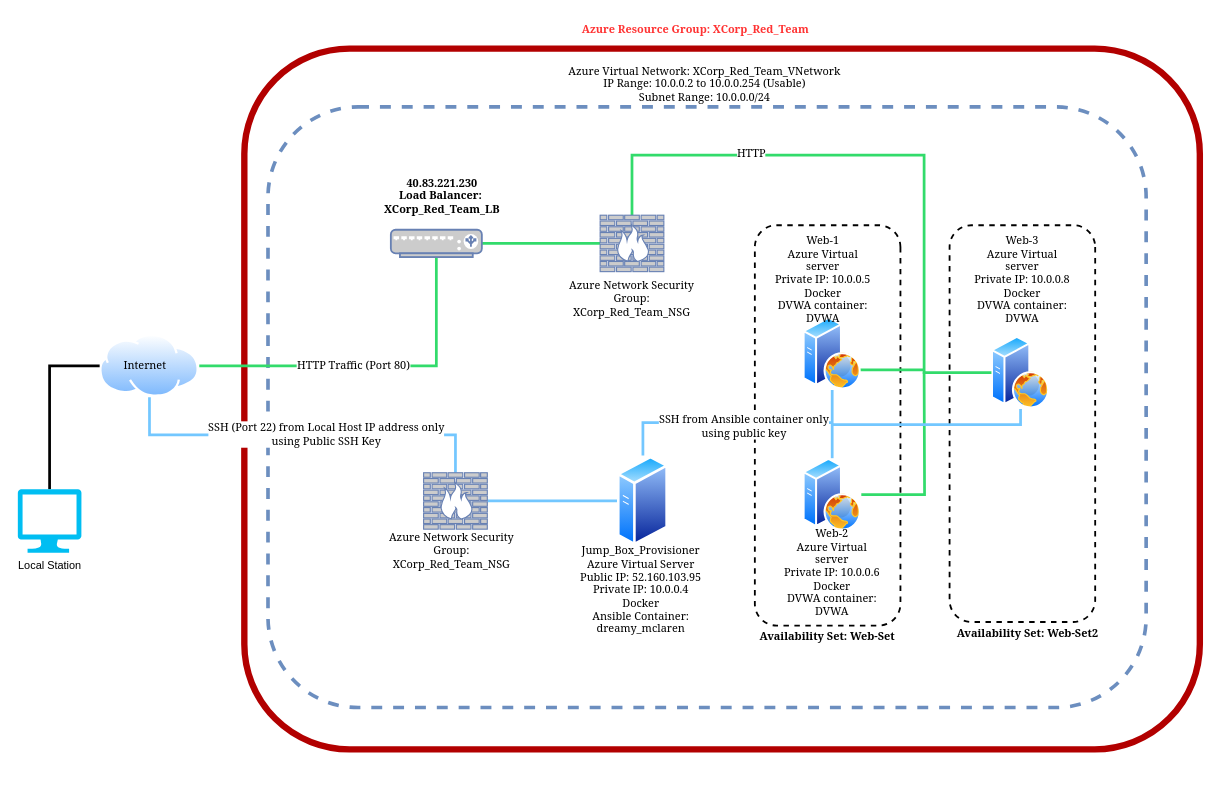
This is Diagrams/Network_Diagram.drawio from Git-rlowther/CyberSecurity_Coursework, a draw.io file, before an edit. Source tidied: cells renumbered, new cells numbered last; positions are measured from the earlier drawing's top-left corner, leaving out a move shared by most shapes. Both pictures are drawn from the tidied source at 91%, with x=0, y=0 at pixel (17, 15).
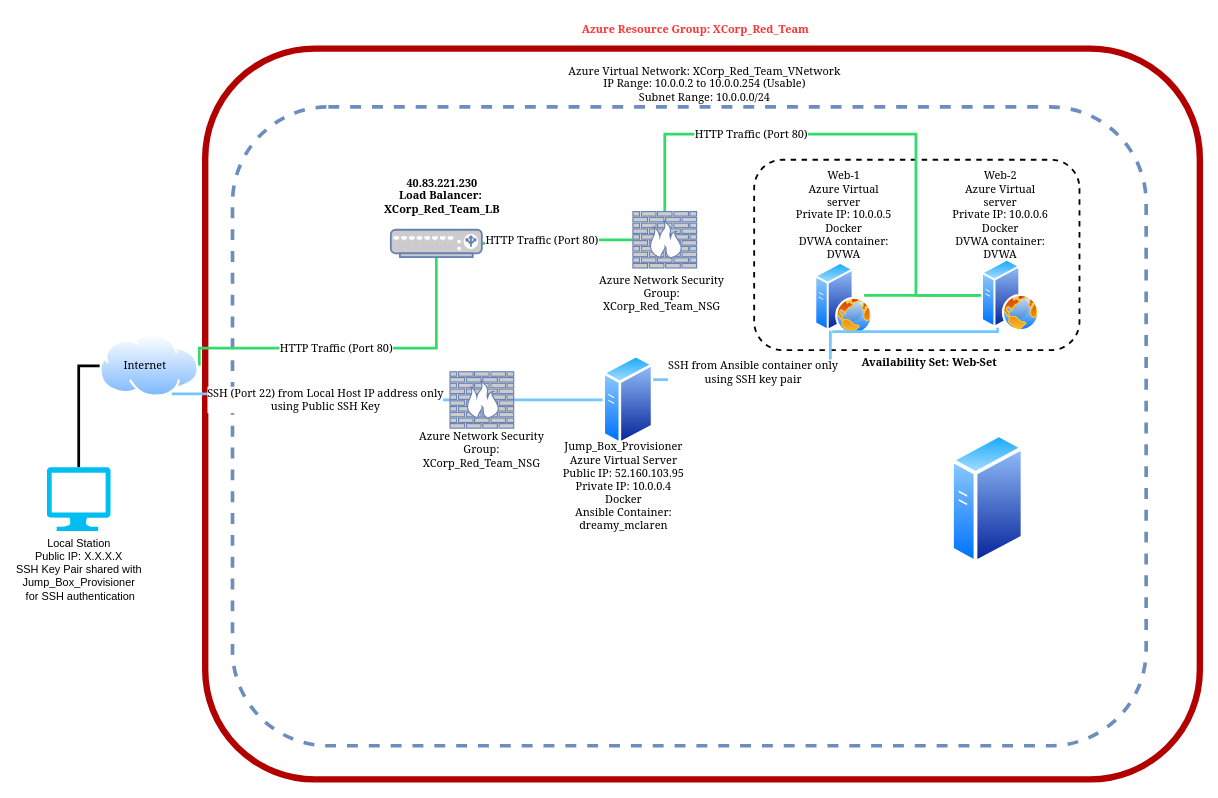
The same diagram, later.

The change refers to these unchanged cells:
```xml
<mxCell id="10" value="&lt;p&gt;&lt;br&gt;&lt;/p&gt;" style="perimeter=ellipsePerimeter;html=1;align=center;shadow=0;dashed=0;spacingTop=3;image;image=img/lib/active_directory/internet_cloud.svg;strokeWidth=4;imageBorder=none;imageBackground=none;" parent="1" vertex="1">
  <mxGeometry x="90" y="350" width="109.5" height="69" as="geometry" />
</mxCell>
<mxCell id="17" style="fontColor=#0066CC;verticalAlign=top;verticalLabelPosition=bottom;labelPosition=center;align=center;html=1;outlineConnect=0;fillColor=#CCCCCC;strokeColor=#6881B3;gradientColor=none;gradientDirection=north;strokeWidth=2;shape=mxgraph.networks.load_balancer;fontFamily=Georgia;" parent="1" vertex="1">
  <mxGeometry x="410" y="235" width="100" height="30" as="geometry" />
</mxCell>
```

The edit, as a diff of the source:
```diff
@@
     <mxCell id="2" style="rounded=1;whiteSpace=wrap;html=1;fontFamily=Georgia;strokeWidth=4;fillColor=none;gradientColor=#7ea6e0;dashed=1;shadow=0;glass=0;strokeColor=#6c8ebf;" parent="1" vertex="1">
-      <mxGeometry x="275" y="100" width="965" height="660" as="geometry" />
+      <mxGeometry x="236" y="100" width="1004" height="702" as="geometry" />
     </mxCell>
     <mxCell id="3" style="rounded=1;whiteSpace=wrap;html=1;strokeWidth=7;fillColor=none;strokeColor=#B20000;fontFamily=Georgia;align=center;fontColor=#ffffff;" parent="1" vertex="1">
-      <mxGeometry x="249" y="36" width="1050" height="770" as="geometry" />
+      <mxGeometry x="206" y="36" width="1093" height="803" as="geometry" />
     </mxCell>
-    <mxCell id="4" style="rounded=1;whiteSpace=wrap;html=1;shadow=0;glass=0;dashed=1;fontFamily=Georgia;strokeWidth=2;fillColor=none;gradientColor=none;rotation=90;" parent="1" vertex="1">
-      <mxGeometry x="886" y="368" width="436" height="160" as="geometry" />
-    </mxCell>
     <mxCell id="5" style="rounded=1;whiteSpace=wrap;html=1;shadow=0;glass=0;dashed=1;fontFamily=Georgia;strokeWidth=2;fillColor=none;gradientColor=none;rotation=90;" parent="1" vertex="1">
-      <mxGeometry x="670" y="370" width="440" height="160" as="geometry" />
+      <mxGeometry x="883.4" y="83.9" width="209.2" height="357.5" as="geometry" />
     </mxCell>
     <mxCell id="6" style="edgeStyle=orthogonalEdgeStyle;rounded=0;jettySize=auto;html=1;exitX=1;exitY=0.5;exitDx=0;exitDy=0;entryX=0.5;entryY=1;entryDx=0;entryDy=0;entryPerimeter=0;fontFamily=Georgia;fontSize=12;startArrow=none;startFill=0;endArrow=none;endFill=0;strokeWidth=3;strokeColor=#32DB6B;" parent="1" edge="1" source="10" target="17">
-      <mxGeometry relative="1" as="geometry" />
+      <mxGeometry relative="1" as="geometry">
+        <Array as="points">
+          <mxPoint x="200" y="365" />
+          <mxPoint x="460" y="365" />
+        </Array>
+      </mxGeometry>
     </mxCell>
-    <mxCell id="7" value="HTTP Traffic (Port 80)" style="edgeLabel;html=1;align=center;verticalAlign=middle;fontSize=12;fontFamily=Georgia;" parent="6" vertex="1">
+    <mxCell id="7" value="HTTP Traffic (Port 80)" style="edgeLabel;html=1;align=center;verticalAlign=middle;fontSize=12;fontFamily=Georgia;rotation=0;" parent="6" vertex="1">
       <mxGeometry x="-0.11" relative="1" as="geometry" />
     </mxCell>
-    <mxCell id="8" style="edgeStyle=orthogonalEdgeStyle;rounded=0;jettySize=auto;html=1;exitX=0.5;exitY=1;exitDx=0;exitDy=0;entryX=0.5;entryY=0;entryDx=0;entryDy=0;entryPerimeter=0;fontFamily=Georgia;fontSize=12;startArrow=none;startFill=0;endArrow=none;endFill=0;strokeWidth=3;strokeColor=#73C7FF;" parent="1" edge="1" source="10" target="15">
+    <mxCell id="8" style="edgeStyle=orthogonalEdgeStyle;rounded=0;jettySize=auto;html=1;exitX=0.75;exitY=1;exitDx=0;exitDy=0;entryX=0;entryY=0.5;entryDx=0;entryDy=0;entryPerimeter=0;fontFamily=Georgia;fontSize=12;startArrow=none;startFill=0;endArrow=none;endFill=0;strokeWidth=3;strokeColor=#73C7FF;" parent="1" edge="1" source="10" target="15">
       <mxGeometry relative="1" as="geometry" />
     </mxCell>
@@
-    <mxCell id="12" value="Local Station" style="verticalLabelPosition=bottom;html=1;verticalAlign=top;align=center;strokeColor=none;fillColor=#00BEF2;shape=mxgraph.azure.computer;" parent="1" vertex="1">
-      <mxGeometry y="520" width="70" height="70" as="geometry" />
+    <mxCell id="12" value="Local Station&lt;br&gt;Public IP: X.X.X.X&lt;br&gt;SSH Key Pair shared with &lt;br&gt;Jump_Box_Provisioner&lt;br&gt;&amp;nbsp;for SSH authentication" style="verticalLabelPosition=bottom;html=1;verticalAlign=top;align=center;strokeColor=none;fillColor=#00BEF2;shape=mxgraph.azure.computer;" parent="1" vertex="1">
+      <mxGeometry x="32" y="496" width="70" height="70" as="geometry" />
     </mxCell>
@@
     <mxCell id="15" style="fontColor=#0066CC;verticalAlign=top;verticalLabelPosition=bottom;labelPosition=center;align=center;html=1;outlineConnect=0;fillColor=#CCCCCC;strokeColor=#6881B3;gradientColor=none;gradientDirection=north;strokeWidth=2;shape=mxgraph.networks.firewall;fontFamily=Georgia;" parent="1" vertex="1">
-      <mxGeometry x="446" y="502" width="70" height="62" as="geometry" />
+      <mxGeometry x="475" y="391" width="70" height="62" as="geometry" />
     </mxCell>
@@
-    <mxCell id="19" style="edgeStyle=orthogonalEdgeStyle;rounded=0;jettySize=auto;html=1;exitX=1;exitY=0.75;exitDx=0;exitDy=0;fontFamily=Georgia;fontSize=12;startArrow=none;startFill=0;endArrow=none;endFill=0;strokeWidth=3;fillColor=#cdeb8b;strokeColor=#32DB6B;" parent="1" edge="1" source="20">
-      <mxGeometry relative="1" as="geometry">
-        <mxPoint x="996" y="389" as="targetPoint" />
-      </mxGeometry>
-    </mxCell>
     <mxCell id="20" style="perimeter=ellipsePerimeter;html=1;align=center;shadow=0;dashed=0;spacingTop=3;image;image=img/lib/active_directory/web_server.svg;glass=0;fontFamily=Georgia;strokeWidth=7;fillColor=none;gradientColor=none;" parent="1" vertex="1">
-      <mxGeometry x="863" y="331" width="64" height="80" as="geometry" />
+      <mxGeometry x="875.8" y="270.5" width="64" height="80" as="geometry" />
     </mxCell>
-    <mxCell id="21" style="edgeStyle=orthogonalEdgeStyle;rounded=0;jettySize=auto;html=1;exitX=1;exitY=0.5;exitDx=0;exitDy=0;fontFamily=Georgia;fontSize=12;startArrow=none;startFill=0;endArrow=none;endFill=0;strokeWidth=3;strokeColor=#32DB6B;" parent="1" edge="1" source="22">
-      <mxGeometry relative="1" as="geometry">
-        <mxPoint x="996" y="391" as="targetPoint" />
-      </mxGeometry>
-    </mxCell>
+    <mxCell id="42" style="edgeStyle=orthogonalEdgeStyle;rounded=0;jettySize=auto;html=1;exitX=0;exitY=0.5;exitDx=0;exitDy=0;endArrow=none;endFill=0;strokeColor=#32DB6B;strokeWidth=3;entryX=0.848;entryY=0.456;entryDx=0;entryDy=0;entryPerimeter=0;" parent="1" edge="1" source="22" target="20">
+      <mxGeometry relative="1" as="geometry" />
+    </mxCell>
+    <mxCell id="43" style="edgeStyle=orthogonalEdgeStyle;rounded=0;jettySize=auto;html=1;exitX=0.25;exitY=1;exitDx=0;exitDy=0;fontFamily=Georgia;fontSize=12;endArrow=none;endFill=0;strokeColor=#73C7FF;strokeWidth=3;" parent="1" edge="1" source="22">
+      <mxGeometry relative="1" as="geometry">
+        <mxPoint x="895" y="347" as="targetPoint" />
+        <Array as="points">
+          <mxPoint x="1077" y="347" />
+        </Array>
+      </mxGeometry>
+    </mxCell>
     <mxCell id="22" style="perimeter=ellipsePerimeter;html=1;align=center;shadow=0;dashed=0;spacingTop=3;image;image=img/lib/active_directory/web_server.svg;glass=0;fontFamily=Georgia;strokeWidth=7;fillColor=none;gradientColor=none;" parent="1" vertex="1">
-      <mxGeometry x="863" y="486" width="64" height="80" as="geometry" />
+      <mxGeometry x="1059" y="267" width="64" height="80" as="geometry" />
     </mxCell>
-    <mxCell id="23" style="edgeStyle=orthogonalEdgeStyle;rounded=0;jettySize=auto;html=1;exitX=0.5;exitY=1;exitDx=0;exitDy=0;fontFamily=Georgia;fontSize=12;startArrow=none;startFill=0;endArrow=none;endFill=0;strokeWidth=3;strokeColor=#73C7FF;" parent="1" edge="1" source="24">
-      <mxGeometry relative="1" as="geometry">
-        <mxPoint x="895" y="449" as="targetPoint" />
-        <Array as="points">
-          <mxPoint x="1102" y="449" />
-        </Array>
-      </mxGeometry>
-    </mxCell>
-    <mxCell id="24" style="perimeter=ellipsePerimeter;html=1;align=center;shadow=0;dashed=0;spacingTop=3;image;image=img/lib/active_directory/web_server.svg;glass=0;fontFamily=Georgia;strokeWidth=7;fillColor=none;gradientColor=none;" parent="1" vertex="1">
-      <mxGeometry x="1070" y="351.9" width="64" height="80" as="geometry" />
-    </mxCell>
-    <mxCell id="25" style="edgeStyle=orthogonalEdgeStyle;rounded=0;jettySize=auto;html=1;exitX=0.5;exitY=0;exitDx=0;exitDy=0;exitPerimeter=0;entryX=0;entryY=0.5;entryDx=0;entryDy=0;fontFamily=Georgia;fontSize=12;startArrow=none;startFill=0;endArrow=none;endFill=0;strokeWidth=3;fillColor=#cdeb8b;strokeColor=#32DB6B;" parent="1" edge="1" source="27" target="24">
-      <mxGeometry relative="1" as="geometry">
-        <Array as="points">
-          <mxPoint x="675" y="153" />
-          <mxPoint x="996" y="153" />
-          <mxPoint x="996" y="392" />
-        </Array>
-      </mxGeometry>
-    </mxCell>
-    <mxCell id="26" value="HTTP" style="edgeLabel;html=1;align=center;verticalAlign=middle;fontSize=12;fontFamily=Georgia;" parent="25" vertex="1">
-      <mxGeometry x="-0.44" y="3" relative="1" as="geometry" />
-    </mxCell>
+    <mxCell id="44" style="edgeStyle=orthogonalEdgeStyle;rounded=0;jettySize=auto;html=1;exitX=0.5;exitY=0;exitDx=0;exitDy=0;exitPerimeter=0;endArrow=none;endFill=0;strokeColor=#32DB6B;strokeWidth=3;" parent="1" edge="1" source="27">
+      <mxGeometry relative="1" as="geometry">
+        <mxPoint x="1055" y="307" as="targetPoint" />
+        <Array as="points">
+          <mxPoint x="711" y="130" />
+          <mxPoint x="987" y="130" />
+          <mxPoint x="987" y="307" />
+        </Array>
+      </mxGeometry>
+    </mxCell>
+    <mxCell id="45" value="HTTP Traffic (Port 80)" style="edgeLabel;html=1;align=center;verticalAlign=middle;fontFamily=Georgia;fontSize=12;" parent="44" vertex="1">
+      <mxGeometry x="-0.41" relative="1" as="geometry" />
+    </mxCell>
     <mxCell id="27" style="fontColor=#0066CC;verticalAlign=top;verticalLabelPosition=bottom;labelPosition=center;align=center;html=1;outlineConnect=0;fillColor=#CCCCCC;strokeColor=#6881B3;gradientColor=none;gradientDirection=north;strokeWidth=2;shape=mxgraph.networks.firewall;fontFamily=Georgia;" parent="1" vertex="1">
-      <mxGeometry x="640" y="219" width="70" height="62" as="geometry" />
+      <mxGeometry x="676" y="215" width="70" height="62" as="geometry" />
     </mxCell>
-    <mxCell id="28" style="edgeStyle=elbowEdgeStyle;rounded=0;jettySize=auto;html=1;exitX=0.5;exitY=0;exitDx=0;exitDy=0;entryX=0.5;entryY=1;entryDx=0;entryDy=0;fontFamily=Georgia;fontSize=12;startArrow=none;startFill=0;endArrow=none;endFill=0;strokeWidth=3;elbow=vertical;strokeColor=#73C7FF;" parent="1" edge="1" source="30" target="20">
-      <mxGeometry relative="1" as="geometry" />
+    <mxCell id="28" style="edgeStyle=elbowEdgeStyle;rounded=0;jettySize=auto;html=1;exitX=1;exitY=0.25;exitDx=0;exitDy=0;fontFamily=Georgia;fontSize=12;startArrow=none;startFill=0;endArrow=none;endFill=0;strokeWidth=3;elbow=vertical;strokeColor=#73C7FF;" parent="1" edge="1" source="30">
+      <mxGeometry relative="1" as="geometry">
+        <mxPoint x="893" y="346" as="targetPoint" />
+        <Array as="points">
+          <mxPoint x="1017" y="400" />
+          <mxPoint x="863" y="400" />
+          <mxPoint x="984" y="384" />
+        </Array>
+      </mxGeometry>
     </mxCell>
-    <mxCell id="29" value="SSH from Ansible container only&lt;br&gt;using public key" style="edgeLabel;html=1;align=center;verticalAlign=middle;fontSize=12;fontFamily=Georgia;" parent="28" vertex="1">
+    <mxCell id="29" value="SSH from Ansible container only&lt;br&gt;using SSH key pair" style="edgeLabel;html=1;align=center;verticalAlign=middle;fontSize=12;fontFamily=Georgia;" parent="28" vertex="1">
       <mxGeometry x="-0.45" y="-3" relative="1" as="geometry">
-        <mxPoint x="69" as="offset" />
+        <mxPoint x="43" y="-12" as="offset" />
       </mxGeometry>
     </mxCell>
     <mxCell id="30" style="perimeter=ellipsePerimeter;html=1;align=center;shadow=0;dashed=0;spacingTop=3;image;image=img/lib/active_directory/generic_server.svg;glass=0;fontFamily=Georgia;strokeWidth=7;fillColor=none;gradientColor=none;" parent="1" vertex="1">
-      <mxGeometry x="659" y="483" width="56" height="100" as="geometry" />
+      <mxGeometry x="643" y="372" width="56" height="100" as="geometry" />
     </mxCell>
     <mxCell id="31" value="Availability Set: Web-Set" style="text;html=1;strokeColor=none;fillColor=none;align=center;verticalAlign=middle;whiteSpace=wrap;rounded=0;shadow=0;glass=0;fontFamily=Georgia;strokeWidth=5;fontSize=12;fontStyle=1;" parent="1" vertex="1">
-      <mxGeometry x="810" y="672" width="160" height="20" as="geometry" />
+      <mxGeometry x="922" y="371" width="160" height="20" as="geometry" />
     </mxCell>
-    <mxCell id="32" value="Availability Set: Web-Set2" style="text;html=1;strokeColor=none;fillColor=none;align=center;verticalAlign=middle;whiteSpace=wrap;rounded=0;shadow=0;glass=0;fontFamily=Georgia;strokeWidth=5;fontStyle=1;" parent="1" vertex="1">
-      <mxGeometry x="1020" y="669" width="180" height="20" as="geometry" />
-    </mxCell>
     <mxCell id="33" value="Web-1&lt;br&gt;Azure Virtual server&lt;br&gt;Private IP: 10.0.0.5&lt;br&gt;Docker&lt;br&gt;DVWA container: DVWA" style="text;html=1;strokeColor=none;fillColor=none;align=center;verticalAlign=middle;whiteSpace=wrap;rounded=0;shadow=0;glass=0;fontFamily=Georgia;fontSize=12;" parent="1" vertex="1">
-      <mxGeometry x="830" y="240" width="110" height="100" as="geometry" />
+      <mxGeometry x="852.8" y="169" width="110" height="100" as="geometry" />
     </mxCell>
     <mxCell id="34" value="Jump_Box_Provisioner&lt;br&gt;Azure Virtual Server&lt;br&gt;Public IP: 52.160.103.95&lt;br&gt;Private IP: 10.0.0.4&lt;br&gt;Docker&lt;br&gt;Ansible Container: dreamy_mclaren" style="text;html=1;strokeColor=none;fillColor=none;align=center;verticalAlign=middle;whiteSpace=wrap;rounded=0;shadow=0;glass=0;fontFamily=Georgia;fontSize=12;" parent="1" vertex="1">
-      <mxGeometry x="613" y="586" width="144" height="90" as="geometry" />
+      <mxGeometry x="594" y="472" width="144" height="90" as="geometry" />
     </mxCell>
-    <mxCell id="35" value="Web-3&lt;br&gt;Azure Virtual server&lt;br&gt;Private IP: 10.0.0.8&lt;br&gt;Docker&lt;br&gt;DVWA container: DVWA" style="text;html=1;strokeColor=none;fillColor=none;align=center;verticalAlign=middle;whiteSpace=wrap;rounded=0;shadow=0;glass=0;fontFamily=Georgia;fontSize=12;" parent="1" vertex="1">
-      <mxGeometry x="1049" y="240" width="110" height="100" as="geometry" />
-    </mxCell>
-    <mxCell id="36" style="edgeStyle=orthogonalEdgeStyle;rounded=0;jettySize=auto;html=1;fontFamily=Georgia;fontSize=12;startArrow=none;startFill=0;endArrow=none;endFill=0;strokeWidth=3;strokeColor=#73C7FF;" parent="1" edge="1" source="22">
-      <mxGeometry relative="1" as="geometry">
-        <mxPoint x="895" y="448" as="targetPoint" />
-      </mxGeometry>
-    </mxCell>
     <mxCell id="37" value="Web-2&lt;br&gt;Azure Virtual server&lt;br&gt;Private IP: 10.0.0.6&lt;br&gt;Docker&lt;br&gt;DVWA container: DVWA" style="text;html=1;strokeColor=none;fillColor=none;align=center;verticalAlign=middle;whiteSpace=wrap;rounded=0;shadow=0;glass=0;fontFamily=Georgia;fontSize=12;" parent="1" vertex="1">
-      <mxGeometry x="840" y="562" width="110" height="100" as="geometry" />
+      <mxGeometry x="1025" y="169" width="110" height="100" as="geometry" />
     </mxCell>
@@
     <mxCell id="39" value="Azure Network Security Group: XCorp_Red_Team_NSG" style="text;html=1;strokeColor=none;fillColor=none;align=center;verticalAlign=middle;whiteSpace=wrap;rounded=0;shadow=0;glass=0;fontFamily=Georgia;fontSize=12;" parent="1" vertex="1">
-      <mxGeometry x="603" y="283" width="144" height="55" as="geometry" />
+      <mxGeometry x="636" y="277" width="144" height="55" as="geometry" />
     </mxCell>
     <mxCell id="40" value="Azure Network Security Group: XCorp_Red_Team_NSG" style="text;html=1;strokeColor=none;fillColor=none;align=center;verticalAlign=middle;whiteSpace=wrap;rounded=0;shadow=0;glass=0;fontFamily=Georgia;fontSize=12;" parent="1" vertex="1">
-      <mxGeometry x="405" y="564" width="144" height="48" as="geometry" />
+      <mxGeometry x="438" y="453" width="144" height="48" as="geometry" />
     </mxCell>
@@
+    <mxCell id="46" style="perimeter=ellipsePerimeter;html=1;align=center;shadow=0;dashed=0;spacingTop=3;image;image=img/lib/active_directory/generic_server.svg;glass=0;fontFamily=Georgia;strokeWidth=7;fillColor=none;gradientColor=none;" parent="1" vertex="1">
+      <mxGeometry x="1025" y="458" width="81.8" height="146" as="geometry" />
+    </mxCell>
+    <mxCell id="47" value="HTTP Traffic (Port 80)" style="edgeLabel;html=1;align=center;verticalAlign=middle;fontFamily=Georgia;fontSize=12;" parent="1" vertex="1">
+      <mxGeometry x="575" y="246" as="geometry" />
+    </mxCell>
```
